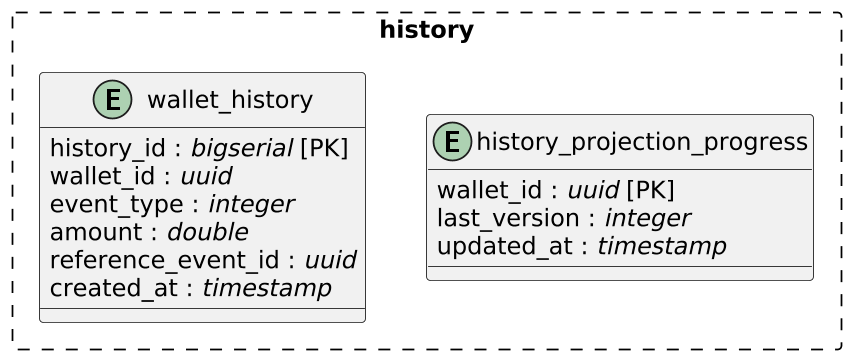
This is software-docs/entity model/history_db.png from raj-mistry-01/Event-Driven-Ledger, a PlantUML export, as it was before one commit.
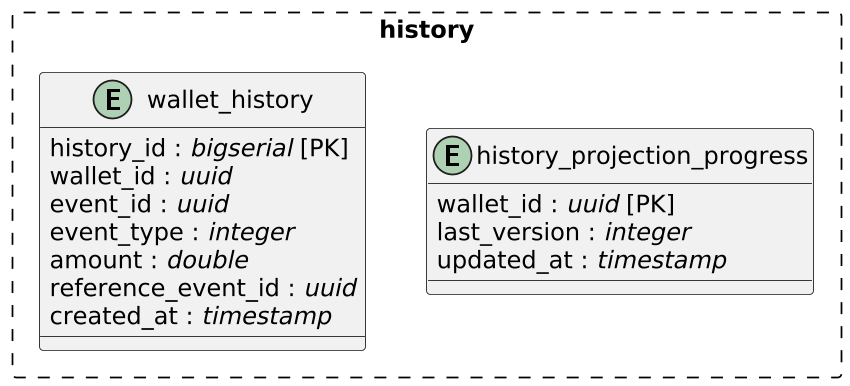
After the commit.

What changed in the source:
```diff
@@ -7,6 +7,7 @@
 entity wallet_history {
   history_id : //bigserial// [PK]
   wallet_id : //uuid//
+  event_id : //uuid//
   event_type : //integer//
   amount : //double//
   reference_event_id : //uuid//
```
